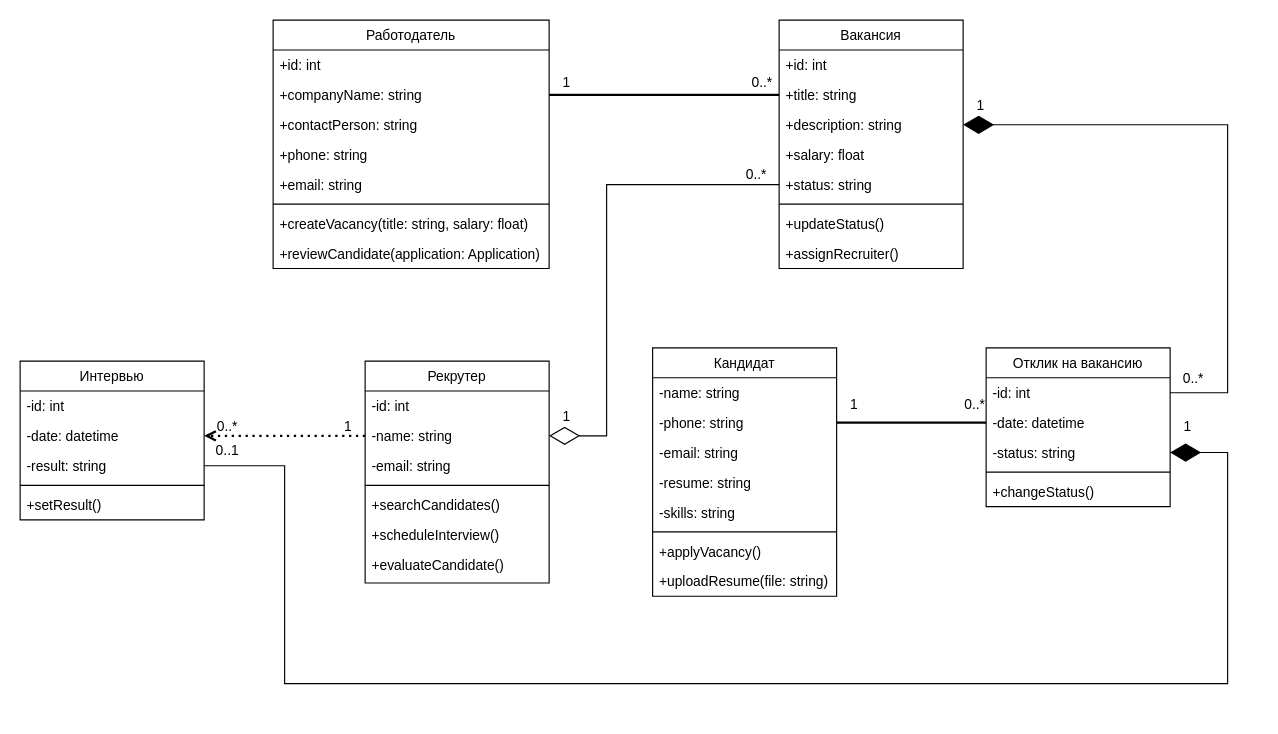
Before: Классов_.drawio in Regdal-cyber/Coursework, a draw.io diagram. Source tidied: cells renumbered, new cells numbered last; positions are measured from the earlier drawing's top-left corner, leaving out a move shared by most shapes. Both pictures are drawn from the tidied source at 115%, with x=0, y=0 at pixel (20, 20).
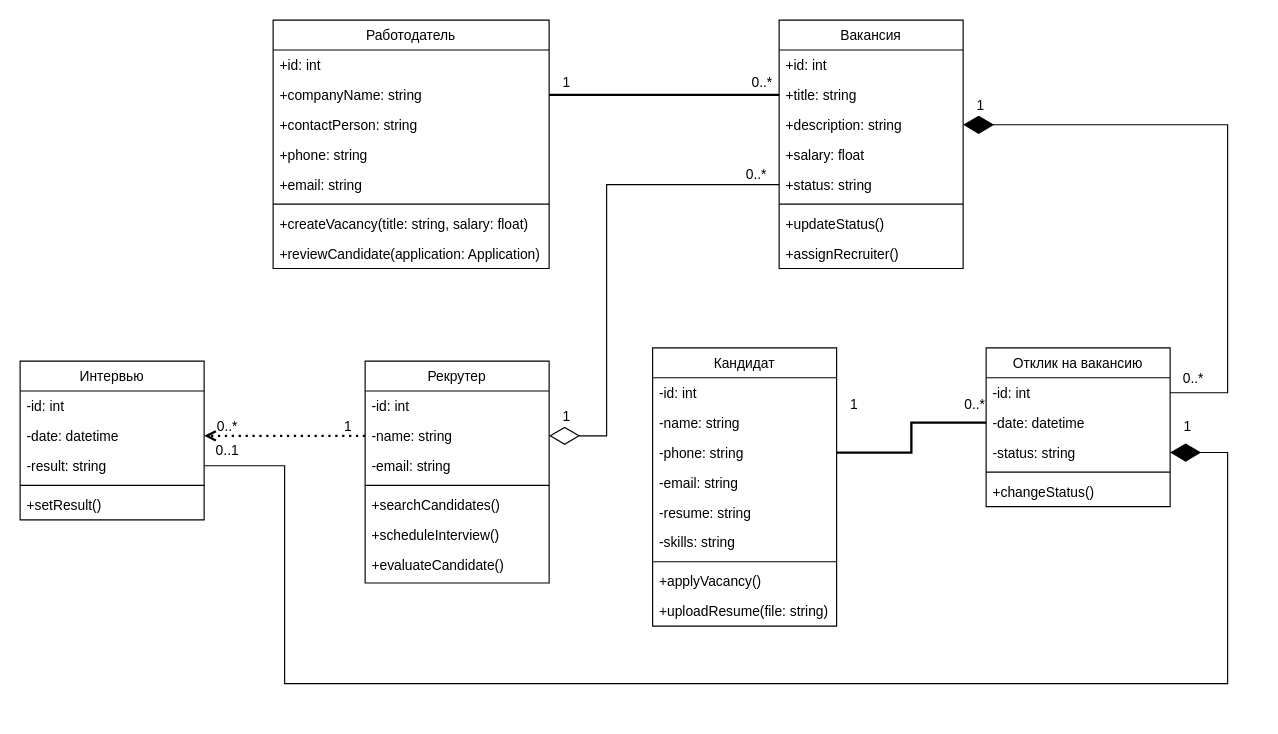
The same diagram, later.

Change to the diagram source:
```diff
@@
     <mxCell id="30" value="Кандидат" style="swimlane;fontStyle=0;align=center;verticalAlign=top;horizontal=1;startSize=26;rounded=0;shadow=0;strokeWidth=1;" parent="1" vertex="1">
-      <mxGeometry x="550" y="285" width="160" height="216" as="geometry" />
+      <mxGeometry x="550" y="285" width="160" height="242" as="geometry" />
     </mxCell>
+    <mxCell id="67" value="-id: int" style="text;align=left;verticalAlign=top;spacingLeft=4;spacingRight=4;overflow=hidden;rounded=0;shadow=0;html=0;" parent="30" vertex="1">
+      <mxGeometry y="26" width="160" height="26" as="geometry" />
+    </mxCell>
     <mxCell id="31" value="-name: string " style="text;align=left;verticalAlign=top;spacingLeft=4;spacingRight=4;overflow=hidden;rounded=0;shadow=0;html=0;" parent="30" vertex="1">
-      <mxGeometry y="26" width="160" height="26" as="geometry" />
+      <mxGeometry y="52" width="160" height="26" as="geometry" />
     </mxCell>
     <mxCell id="32" value="-phone: string" style="text;align=left;verticalAlign=top;spacingLeft=4;spacingRight=4;overflow=hidden;points=[[0,0.5],[1,0.5]];portConstraint=eastwest;rounded=0;shadow=0;html=0;" parent="30" vertex="1">
-      <mxGeometry y="52" width="160" height="26" as="geometry" />
+      <mxGeometry y="78" width="160" height="26" as="geometry" />
     </mxCell>
     <mxCell id="33" value="-email: string" style="text;align=left;verticalAlign=top;spacingLeft=4;spacingRight=4;overflow=hidden;rounded=0;shadow=0;html=0;" parent="30" vertex="1">
-      <mxGeometry y="78" width="160" height="26" as="geometry" />
+      <mxGeometry y="104" width="160" height="26" as="geometry" />
     </mxCell>
     <mxCell id="34" value="-resume: string" style="text;align=left;verticalAlign=top;spacingLeft=4;spacingRight=4;overflow=hidden;rounded=0;shadow=0;html=0;" parent="30" vertex="1">
-      <mxGeometry y="104" width="160" height="26" as="geometry" />
+      <mxGeometry y="130" width="160" height="26" as="geometry" />
     </mxCell>
     <mxCell id="35" value="-skills: string" style="text;align=left;verticalAlign=top;spacingLeft=4;spacingRight=4;overflow=hidden;rounded=0;shadow=0;html=0;" parent="30" vertex="1">
-      <mxGeometry y="130" width="160" height="26" as="geometry" />
+      <mxGeometry y="156" width="160" height="26" as="geometry" />
     </mxCell>
     <mxCell id="36" style="line;html=1;strokeWidth=1;align=left;verticalAlign=middle;spacingTop=-1;spacingLeft=3;spacingRight=3;labelPosition=right;" parent="30" vertex="1">
-      <mxGeometry y="156" width="160" height="8" as="geometry" />
+      <mxGeometry y="182" width="160" height="8" as="geometry" />
     </mxCell>
     <mxCell id="37" value="+applyVacancy()" style="text;align=left;verticalAlign=top;spacingLeft=4;spacingRight=4;overflow=hidden;" parent="30" vertex="1">
-      <mxGeometry y="164" width="160" height="26" as="geometry" />
+      <mxGeometry y="190" width="160" height="26" as="geometry" />
     </mxCell>
     <mxCell id="38" value="+uploadResume(file: string)" style="text;align=left;verticalAlign=top;spacingLeft=4;spacingRight=4;overflow=hidden;" parent="30" vertex="1">
-      <mxGeometry y="190" width="160" height="26" as="geometry" />
+      <mxGeometry y="216" width="160" height="26" as="geometry" />
     </mxCell>
```
